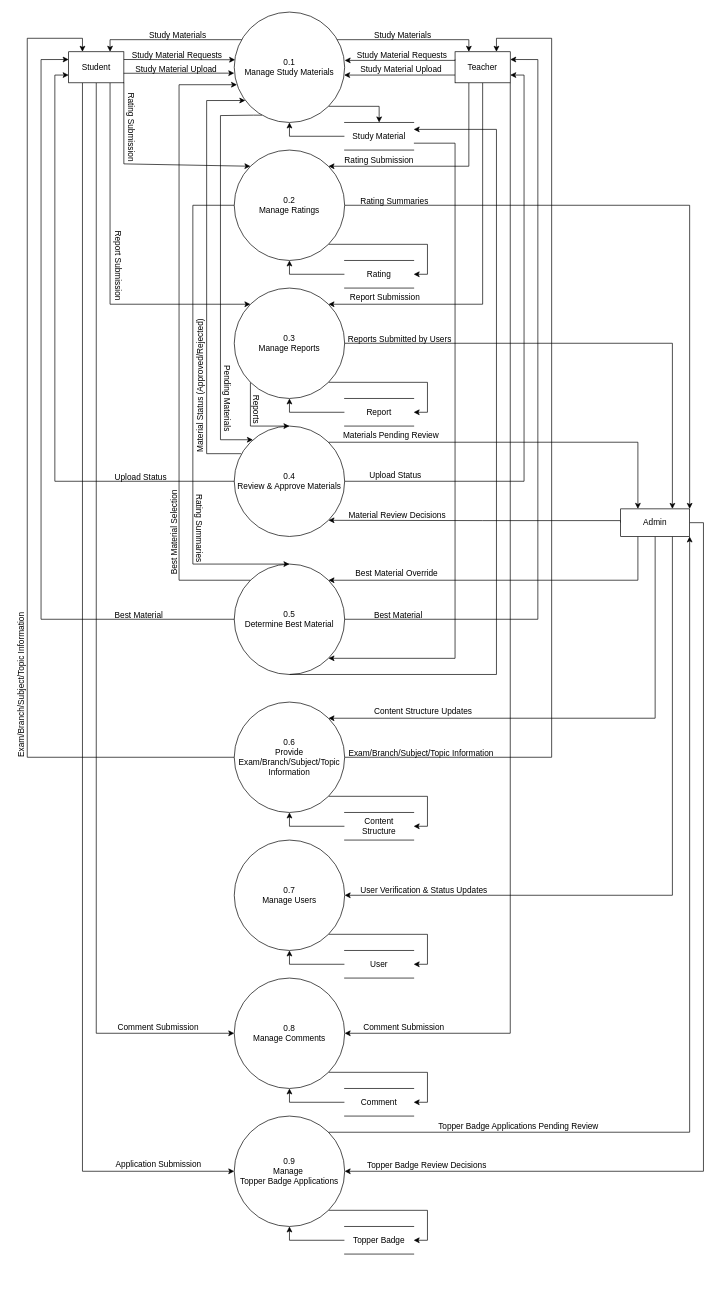
Above: page "Level-1 DFD" (4 of 7) of docs/system-diagrams.drawio in SayanMondal-1643/PeerPrep (draw.io), before the change. Source tidied: cells renumbered, new cells numbered last; positions are measured from the earlier drawing's top-left corner, leaving out a move shared by most shapes. Both pictures are drawn from the tidied source at 69%, with x=0, y=0 at pixel (-57, 12).
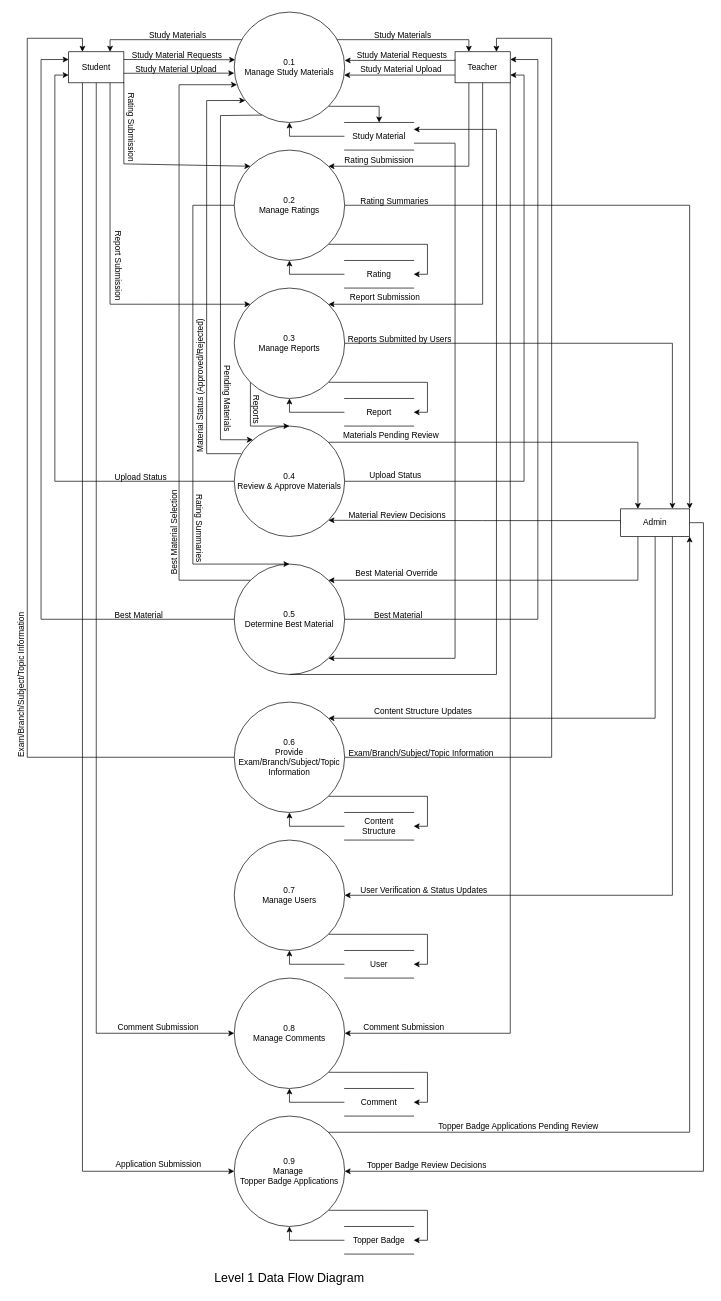
The same page after the edit.

Change to the diagram source:
```diff
@@
+    <mxCell id="103" value="&lt;font style=&quot;font-size: 18px;&quot;&gt;Level 1 Data Flow Diagram&lt;/font&gt;" style="text;html=1;whiteSpace=wrap;strokeColor=none;fillColor=none;align=center;verticalAlign=middle;rounded=0;" parent="1" vertex="1">
+      <mxGeometry x="392" y="1820" width="220" height="30" as="geometry" />
+    </mxCell>
```
